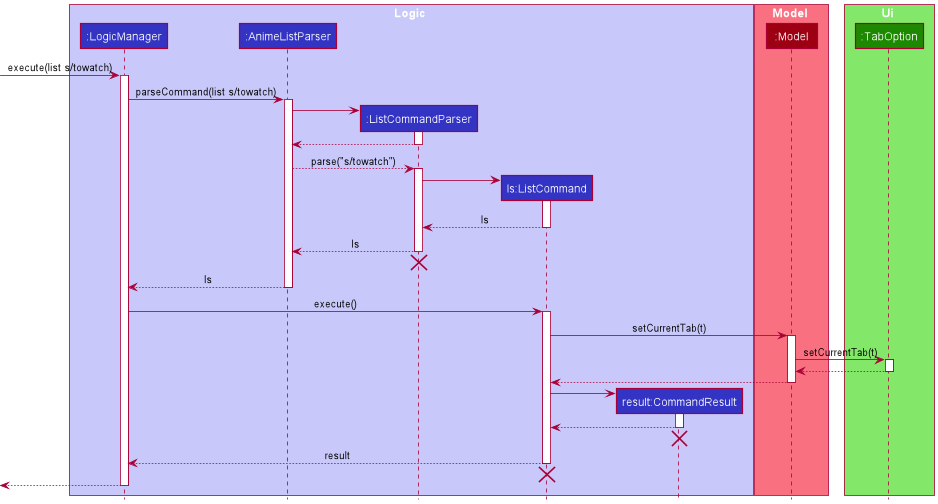
Before: docs/images/ListSequenceDiagram.png, a diagram exported from PlantUML (nus-cs2103-AY2122S1/tp). Its diagram source:
```plantuml
@startuml
!include style.puml

box Logic LOGIC_COLOR_T1
participant ":LogicManager" as LogicManager LOGIC_COLOR
participant ":AnimeListParser" as AnimeListParser LOGIC_COLOR
participant ":ListCommandParser" as ListCommandParser LOGIC_COLOR
participant "ls:ListCommand" as ListCommand LOGIC_COLOR
participant "result:CommandResult" as CommandResult LOGIC_COLOR
end box

box Model MODEL_COLOR_T1
participant ":Model" as Model MODEL_COLOR
end box

box Ui UI_COLOR_T1
participant ":TabOption" as TabOption UI_COLOR
end box

[-> LogicManager : execute(list s/towatch)
activate LogicManager

LogicManager -> AnimeListParser : parseCommand(list s/towatch)
activate AnimeListParser

create ListCommandParser

AnimeListParser -> ListCommandParser
activate ListCommandParser

ListCommandParser --> AnimeListParser
deactivate ListCommandParser


AnimeListParser --> ListCommandParser : parse("s/towatch")
activate ListCommandParser

create ListCommand
ListCommandParser -> ListCommand
activate ListCommand


ListCommand --> ListCommandParser : ls
deactivate ListCommand

ListCommandParser --> AnimeListParser : ls
deactivate ListCommandParser
ListCommandParser -[hidden]-> AnimeListParser
destroy ListCommandParser

AnimeListParser --> LogicManager : ls
deactivate AnimeListParser

LogicManager -> ListCommand : execute()
activate ListCommand

ListCommand -> Model : setCurrentTab(t)
activate Model

Model -> TabOption : setCurrentTab(t)
activate TabOption

TabOption --> Model
deactivate TabOption

Model --> ListCommand
deactivate Model

create CommandResult

ListCommand -> CommandResult
activate CommandResult

CommandResult --> ListCommand
deactivate CommandResult
CommandResult -[hidden]-> AnimeListParser
destroy CommandResult

ListCommand --> LogicManager : result
deactivate ListCommand
ListCommand -[hidden]-> AnimeListParser
destroy ListCommand

[<--LogicManager
deactivate LogicManager
@enduml
```
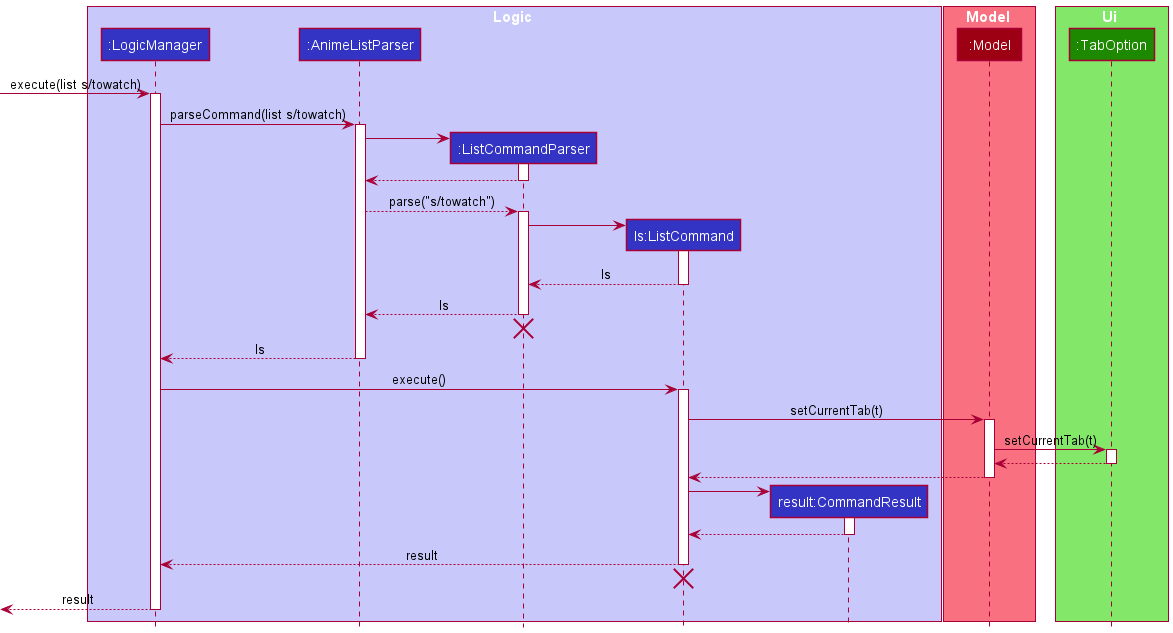
The same diagram one commit later.

The edit, as a diff of the source:
```diff
@@ -73,14 +73,12 @@
 
 CommandResult --> ListCommand
 deactivate CommandResult
-CommandResult -[hidden]-> AnimeListParser
-destroy CommandResult
 
 ListCommand --> LogicManager : result
 deactivate ListCommand
 ListCommand -[hidden]-> AnimeListParser
 destroy ListCommand
 
-[<--LogicManager
+[<--LogicManager : result
 deactivate LogicManager
 @enduml
```
